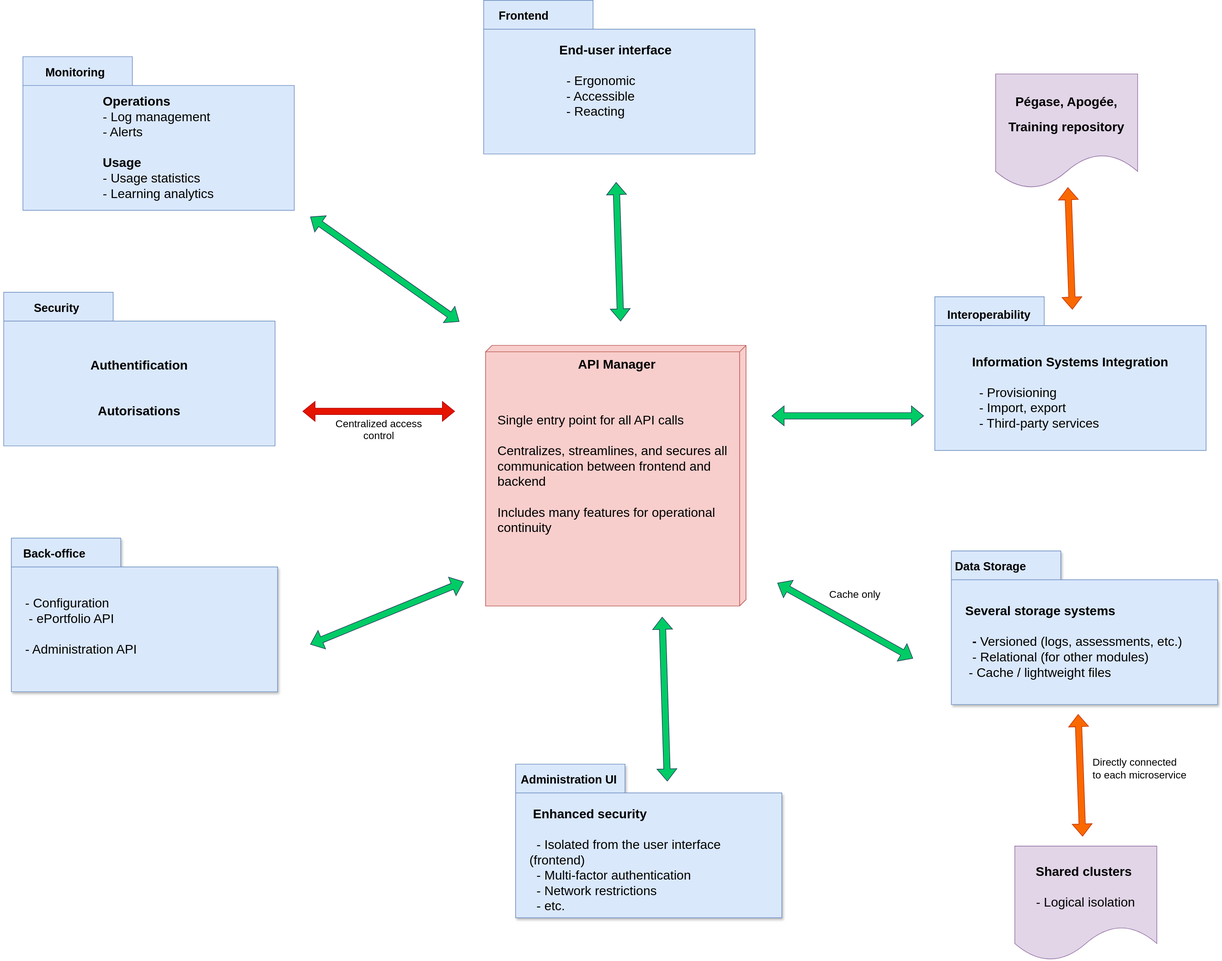
The draw.io diagram assets/images/architecture-simple-view_en.svg in avenirs-esr/dev-doc, before a commit. Source tidied: cells renumbered, new cells last; positions are measured from the earlier drawing's top-left corner, leaving out a move shared by most shapes.
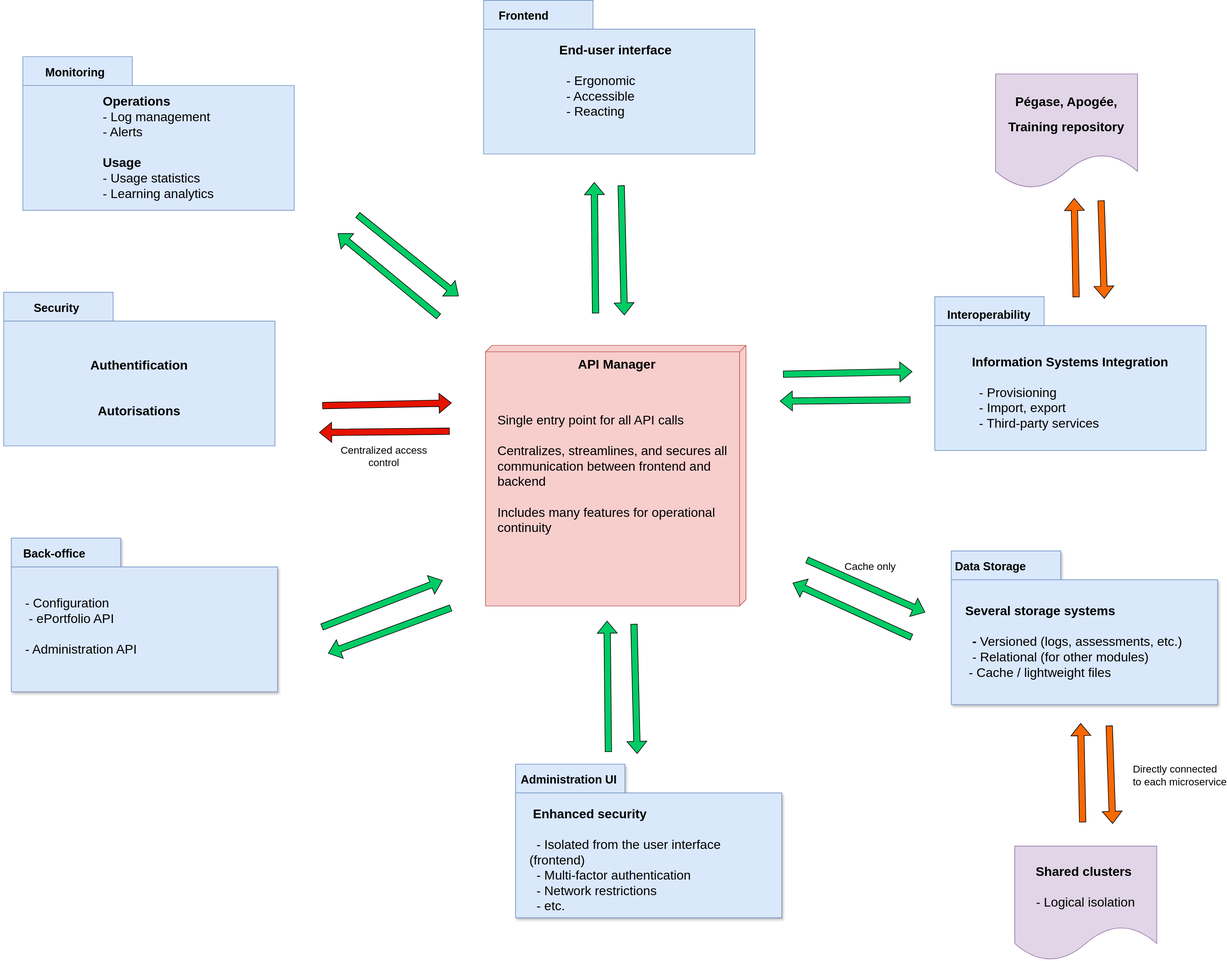
After the commit.

Commit message:
docs: architecture simple view diagram - arrow modifications

Change to the diagram source:
```diff
@@ -74,70 +74,151 @@
     <mxCell id="25" value="&lt;font style=&quot;&quot;&gt;&lt;b style=&quot;font-size: 20px;&quot;&gt;API Manager&lt;br&gt;&lt;/b&gt;&lt;br&gt;&lt;div style=&quot;&quot;&gt;&lt;div style=&quot;text-align: left;&quot;&gt;&lt;font style=&quot;font-size: 20px;&quot;&gt;&lt;br&gt;&lt;br&gt;Single entry point for all API calls&amp;nbsp;&amp;nbsp;&lt;/font&gt;&lt;/div&gt;&lt;div style=&quot;text-align: left;&quot;&gt;&lt;font style=&quot;font-size: 20px;&quot;&gt;&lt;br&gt;Centralizes, streamlines, and secures all communication between frontend and backend&amp;nbsp;&amp;nbsp;&lt;/font&gt;&lt;/div&gt;&lt;div style=&quot;text-align: left;&quot;&gt;&lt;font style=&quot;font-size: 20px;&quot;&gt;&lt;br&gt;Includes many features for operational continuity&lt;/font&gt;&lt;/div&gt;&lt;div style=&quot;text-align: left;&quot;&gt;&lt;font style=&quot;font-size: 20px;&quot;&gt;&lt;br&gt;&lt;/font&gt;&lt;/div&gt;&lt;/div&gt;&lt;/font&gt;&lt;div style=&quot;text-align: left;&quot;&gt;&lt;br&gt;&lt;/div&gt;" style="text;html=1;align=center;verticalAlign=middle;whiteSpace=wrap;rounded=0;" parent="23" vertex="1">
       <mxGeometry x="8" y="-22" width="375" height="316" as="geometry" />
     </mxCell>
+    <mxCell id="41" style="group;" parent="1" vertex="1">
+      <mxGeometry x="928" y="284" width="47" height="208" as="geometry" />
+    </mxCell>
+    <mxCell id="42" style="shape=flexArrow;endArrow=classic;html=1;rounded=0;fillColor=#00CC66;" parent="41" edge="1">
+      <mxGeometry relative="1" as="geometry">
+        <mxPoint x="2" y="205" as="sourcePoint" />
+        <mxPoint as="targetPoint" />
+      </mxGeometry>
+    </mxCell>
+    <mxCell id="43" style="shape=flexArrow;endArrow=classic;html=1;rounded=0;fillColor=#00CC66;" parent="41" edge="1">
+      <mxGeometry relative="1" as="geometry">
+        <mxPoint x="42" y="5" as="sourcePoint" />
+        <mxPoint x="47" y="208" as="targetPoint" />
+      </mxGeometry>
+    </mxCell>
+    <mxCell id="44" style="group;rotation=-50;" parent="1" vertex="1">
+      <mxGeometry x="598" y="309" width="47" height="208" as="geometry" />
+    </mxCell>
+    <mxCell id="45" style="shape=flexArrow;endArrow=classic;html=1;rounded=0;fillColor=#00CC66;" parent="44" edge="1">
+      <mxGeometry relative="1" as="geometry">
+        <mxPoint x="87" y="185" as="sourcePoint" />
+        <mxPoint x="-71" y="55" as="targetPoint" />
+      </mxGeometry>
+    </mxCell>
+    <mxCell id="46" style="shape=flexArrow;endArrow=classic;html=1;rounded=0;fillColor=#00CC66;" parent="44" edge="1">
+      <mxGeometry relative="1" as="geometry">
+        <mxPoint x="-40" y="26" as="sourcePoint" />
+        <mxPoint x="118" y="153" as="targetPoint" />
+      </mxGeometry>
+    </mxCell>
+    <mxCell id="47" style="group;rotation=-90;" parent="1" vertex="1">
+      <mxGeometry x="1298" y="499" width="47" height="208" as="geometry" />
+    </mxCell>
+    <mxCell id="48" style="shape=flexArrow;endArrow=classic;html=1;rounded=0;fillColor=#00CC66;" parent="47" edge="1">
+      <mxGeometry relative="1" as="geometry">
+        <mxPoint x="124" y="125" as="sourcePoint" />
+        <mxPoint x="-80" y="127" as="targetPoint" />
+      </mxGeometry>
+    </mxCell>
+    <mxCell id="49" style="shape=flexArrow;endArrow=classic;html=1;rounded=0;fillColor=#00CC66;" parent="47" edge="1">
+      <mxGeometry relative="1" as="geometry">
+        <mxPoint x="-75" y="85" as="sourcePoint" />
+        <mxPoint x="127" y="81" as="targetPoint" />
+      </mxGeometry>
+    </mxCell>
+    <mxCell id="50" style="group;rotation=-65;" parent="1" vertex="1">
+      <mxGeometry x="1318" y="829" width="47" height="208" as="geometry" />
+    </mxCell>
+    <mxCell id="51" style="shape=flexArrow;endArrow=classic;html=1;rounded=0;fillColor=#00CC66;" parent="50" edge="1">
+      <mxGeometry relative="1" as="geometry">
+        <mxPoint x="106" y="166" as="sourcePoint" />
+        <mxPoint x="-80" y="81" as="targetPoint" />
+      </mxGeometry>
+    </mxCell>
+    <mxCell id="52" style="shape=flexArrow;endArrow=classic;html=1;rounded=0;fillColor=#00CC66;" parent="50" edge="1">
+      <mxGeometry relative="1" as="geometry">
+        <mxPoint x="-58" y="45" as="sourcePoint" />
+        <mxPoint x="127" y="127" as="targetPoint" />
+      </mxGeometry>
+    </mxCell>
+    <mxCell id="53" style="group;" parent="1" vertex="1">
+      <mxGeometry x="948" y="969" width="47" height="208" as="geometry" />
+    </mxCell>
+    <mxCell id="54" style="shape=flexArrow;endArrow=classic;html=1;rounded=0;fillColor=#00CC66;" parent="53" edge="1">
+      <mxGeometry relative="1" as="geometry">
+        <mxPoint x="2" y="205" as="sourcePoint" />
+        <mxPoint as="targetPoint" />
+      </mxGeometry>
+    </mxCell>
+    <mxCell id="55" style="shape=flexArrow;endArrow=classic;html=1;rounded=0;fillColor=#00CC66;" parent="53" edge="1">
+      <mxGeometry relative="1" as="geometry">
+        <mxPoint x="42" y="5" as="sourcePoint" />
+        <mxPoint x="47" y="208" as="targetPoint" />
+      </mxGeometry>
+    </mxCell>
+    <mxCell id="56" style="group;rotation=-110;" parent="1" vertex="1">
+      <mxGeometry x="578" y="859" width="47" height="208" as="geometry" />
+    </mxCell>
+    <mxCell id="57" style="shape=flexArrow;endArrow=classic;html=1;rounded=0;fillColor=#00CC66;" parent="56" edge="1">
+      <mxGeometry relative="1" as="geometry">
+        <mxPoint x="126" y="90" as="sourcePoint" />
+        <mxPoint x="-66" y="161" as="targetPoint" />
+      </mxGeometry>
+    </mxCell>
+    <mxCell id="58" style="shape=flexArrow;endArrow=classic;html=1;rounded=0;fillColor=#00CC66;" parent="56" edge="1">
+      <mxGeometry relative="1" as="geometry">
+        <mxPoint x="-76" y="120" as="sourcePoint" />
+        <mxPoint x="113" y="47" as="targetPoint" />
+      </mxGeometry>
+    </mxCell>
+    <mxCell id="59" style="group;" parent="1" vertex="1">
+      <mxGeometry x="498" y="629" width="207" height="46" as="geometry" />
+    </mxCell>
+    <mxCell id="60" style="shape=flexArrow;endArrow=classic;html=1;rounded=0;fillColor=#E51400;" parent="59" edge="1">
+      <mxGeometry relative="1" as="geometry">
+        <mxPoint x="204" y="44" as="sourcePoint" />
+        <mxPoint y="46" as="targetPoint" />
+      </mxGeometry>
+    </mxCell>
+    <mxCell id="61" style="shape=flexArrow;endArrow=classic;html=1;rounded=0;fillColor=#E51400;" parent="59" edge="1">
+      <mxGeometry relative="1" as="geometry">
+        <mxPoint x="5" y="4" as="sourcePoint" />
+        <mxPoint x="207" as="targetPoint" />
+      </mxGeometry>
+    </mxCell>
+    <mxCell id="62" style="group;" parent="1" vertex="1">
+      <mxGeometry x="1688" y="1129" width="129" height="157.2" as="geometry" />
+    </mxCell>
+    <mxCell id="63" style="shape=flexArrow;endArrow=classic;html=1;rounded=0;fillColor=#FA6800;" parent="62" edge="1">
+      <mxGeometry relative="1" as="geometry">
+        <mxPoint x="3.2" y="155" as="sourcePoint" />
+        <mxPoint as="targetPoint" />
+      </mxGeometry>
+    </mxCell>
+    <mxCell id="64" style="shape=flexArrow;endArrow=classic;html=1;rounded=0;fillColor=#FA6800;" parent="62" edge="1">
+      <mxGeometry relative="1" as="geometry">
+        <mxPoint x="44.7" y="3.8" as="sourcePoint" />
+        <mxPoint x="50" y="157.2" as="targetPoint" />
+      </mxGeometry>
+    </mxCell>
+    <mxCell id="65" style="group;" parent="1" vertex="1">
+      <mxGeometry x="1678" y="308.8" width="47" height="157.2" as="geometry" />
+    </mxCell>
+    <mxCell id="66" style="shape=flexArrow;endArrow=classic;html=1;rounded=0;fillColor=#FA6800;" parent="65" edge="1">
+      <mxGeometry relative="1" as="geometry">
+        <mxPoint x="3" y="155" as="sourcePoint" />
+        <mxPoint as="targetPoint" />
+      </mxGeometry>
+    </mxCell>
+    <mxCell id="67" style="shape=flexArrow;endArrow=classic;html=1;rounded=0;fillColor=#FA6800;" parent="65" edge="1">
+      <mxGeometry relative="1" as="geometry">
+        <mxPoint x="42" y="3.8" as="sourcePoint" />
+        <mxPoint x="47" y="157.2" as="targetPoint" />
+      </mxGeometry>
+    </mxCell>
+    <mxCell id="37" value="&lt;span style=&quot;font-size: 16px;&quot;&gt;Directly connected to each microservice&lt;/span&gt;" style="text;html=1;align=left;verticalAlign=middle;whiteSpace=wrap;rounded=0;" parent="1" vertex="1">
+      <mxGeometry x="1768" y="1193" width="149" height="36" as="geometry" />
+    </mxCell>
     <mxCell id="26" value="Links fr" parent="0" />
-    <mxCell id="27" style="shape=flexArrow;endArrow=classic;startArrow=classic;html=1;rounded=0;fillColor=#00CC66;strokeColor=#23445d;" parent="26" edge="1">
-      <mxGeometry relative="1" as="geometry">
-        <mxPoint x="484" y="338" as="sourcePoint" />
-        <mxPoint x="717" y="502" as="targetPoint" />
-      </mxGeometry>
-    </mxCell>
-    <mxCell id="28" style="shape=flexArrow;endArrow=classic;startArrow=classic;html=1;rounded=0;fillColor=#00CC66;strokeColor=#23445d;entryX=0.001;entryY=0.678;entryDx=0;entryDy=0;entryPerimeter=0;" parent="26" edge="1">
-      <mxGeometry relative="1" as="geometry">
-        <mxPoint x="962" y="284" as="sourcePoint" />
-        <mxPoint x="969.1" y="501.4" as="targetPoint" />
-      </mxGeometry>
-    </mxCell>
-    <mxCell id="29" style="shape=flexArrow;endArrow=classic;startArrow=classic;html=1;rounded=0;fillColor=#e51400;strokeColor=#B20000;" parent="26" edge="1">
-      <mxGeometry relative="1" as="geometry">
-        <mxPoint x="472" y="642" as="sourcePoint" />
-        <mxPoint x="710" y="642" as="targetPoint" />
-      </mxGeometry>
-    </mxCell>
-    <mxCell id="30" style="shape=flexArrow;endArrow=classic;startArrow=classic;html=1;rounded=0;fillColor=#00CC66;strokeColor=#23445d;" parent="26" edge="1">
-      <mxGeometry relative="1" as="geometry">
-        <mxPoint x="484" y="1006" as="sourcePoint" />
-        <mxPoint x="724" y="908" as="targetPoint" />
-      </mxGeometry>
-    </mxCell>
-    <mxCell id="31" style="shape=flexArrow;endArrow=classic;startArrow=classic;html=1;rounded=0;fillColor=#00CC66;strokeColor=#23445d;" parent="26" edge="1">
-      <mxGeometry relative="1" as="geometry">
-        <mxPoint x="1205" y="649" as="sourcePoint" />
-        <mxPoint x="1443" y="649" as="targetPoint" />
-      </mxGeometry>
-    </mxCell>
-    <mxCell id="32" style="shape=flexArrow;endArrow=classic;startArrow=classic;html=1;rounded=0;fillColor=#00CC66;strokeColor=#23445d;" parent="26" edge="1">
-      <mxGeometry relative="1" as="geometry">
-        <mxPoint x="1034" y="963" as="sourcePoint" />
-        <mxPoint x="1042" y="1220" as="targetPoint" />
-      </mxGeometry>
-    </mxCell>
-    <mxCell id="33" style="shape=flexArrow;endArrow=classic;startArrow=classic;html=1;rounded=0;fillColor=#00CC66;strokeColor=#23445d;" parent="26" edge="1">
-      <mxGeometry relative="1" as="geometry">
-        <mxPoint x="1426" y="1028" as="sourcePoint" />
-        <mxPoint x="1214" y="910" as="targetPoint" />
-      </mxGeometry>
-    </mxCell>
     <mxCell id="34" value="&lt;div&gt;&lt;span style=&quot;font-size: 16px;&quot;&gt;Centralized access control&lt;/span&gt;&lt;/div&gt;&lt;div&gt;&lt;br&gt;&lt;/div&gt;" style="text;html=1;align=center;verticalAlign=middle;whiteSpace=wrap;rounded=0;" parent="26" vertex="1">
-      <mxGeometry x="520" y="657" width="143" height="42" as="geometry" />
+      <mxGeometry x="528" y="699" width="143" height="42" as="geometry" />
     </mxCell>
     <mxCell id="35" value="&lt;span style=&quot;font-size: 16px;&quot;&gt;Cache only&lt;/span&gt;" style="text;html=1;align=center;verticalAlign=middle;whiteSpace=wrap;rounded=0;" parent="26" vertex="1">
-      <mxGeometry x="1264" y="913" width="143" height="30" as="geometry" />
+      <mxGeometry x="1288" y="869" width="143" height="30" as="geometry" />
     </mxCell>
-    <mxCell id="36" style="shape=flexArrow;endArrow=classic;startArrow=classic;html=1;rounded=0;fillColor=#fa6800;strokeColor=#C73500;" parent="26" edge="1">
-      <mxGeometry relative="1" as="geometry">
-        <mxPoint x="1691" y="1306" as="sourcePoint" />
-        <mxPoint x="1684" y="1115" as="targetPoint" />
-      </mxGeometry>
-    </mxCell>
-    <mxCell id="37" value="&lt;span style=&quot;font-size: 16px;&quot;&gt;Directly connected to each microservice&lt;/span&gt;" style="text;html=1;align=left;verticalAlign=middle;whiteSpace=wrap;rounded=0;" parent="26" vertex="1">
-      <mxGeometry x="1705" y="1182" width="149" height="36" as="geometry" />
-    </mxCell>
-    <mxCell id="38" style="shape=flexArrow;endArrow=classic;startArrow=classic;html=1;rounded=0;fillColor=#fa6800;strokeColor=#C73500;" parent="26" edge="1">
-      <mxGeometry relative="1" as="geometry">
-        <mxPoint x="1675" y="483" as="sourcePoint" />
-        <mxPoint x="1668" y="292" as="targetPoint" />
-      </mxGeometry>
-    </mxCell>
     <mxCell id="39" value="&lt;div&gt;&lt;span style=&quot;font-size: 20px;&quot;&gt;&lt;b&gt;Shared clusters&amp;nbsp;&lt;br&gt;&amp;nbsp;&lt;/b&gt;&lt;/span&gt;&lt;/div&gt;&lt;div&gt;&lt;span style=&quot;font-size: 20px;&quot;&gt;- Logical isolation&lt;/span&gt;&lt;/div&gt;" style="shape=document;whiteSpace=wrap;html=1;boundedLbl=1;fillColor=#e1d5e7;strokeColor=#9673a6;" parent="26" vertex="1">
       <mxGeometry x="1585" y="1321" width="222" height="179" as="geometry" />
     </mxCell>
```
